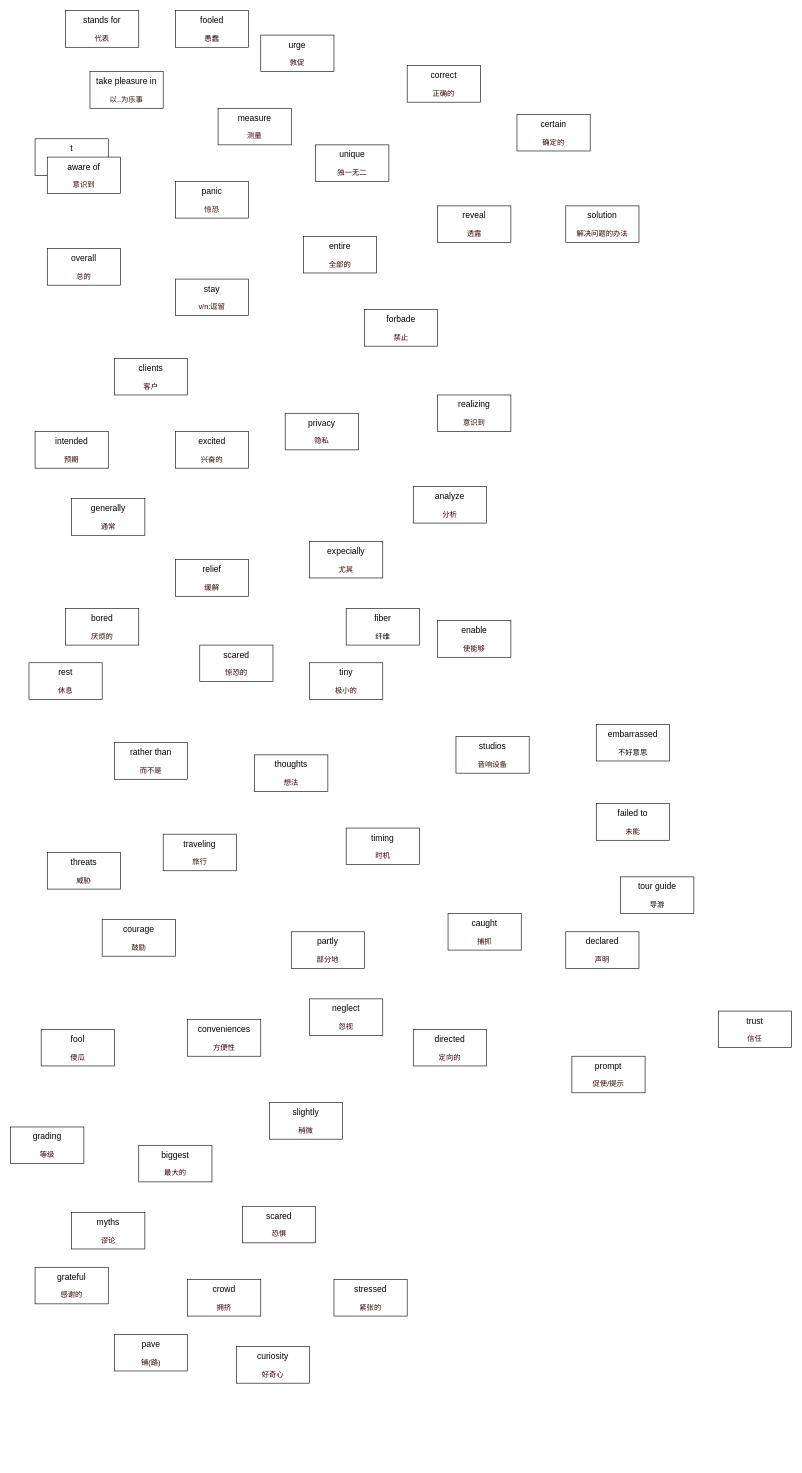
Before: ocean.drawio in banBlue/drawio, a draw.io diagram. Source tidied: cells renumbered, new cells numbered last; positions are measured from the earlier drawing's top-left corner, leaving out a move shared by most shapes. Both pictures are drawn from the tidied source at 61%, with x=0, y=0 at pixel (10, 10).
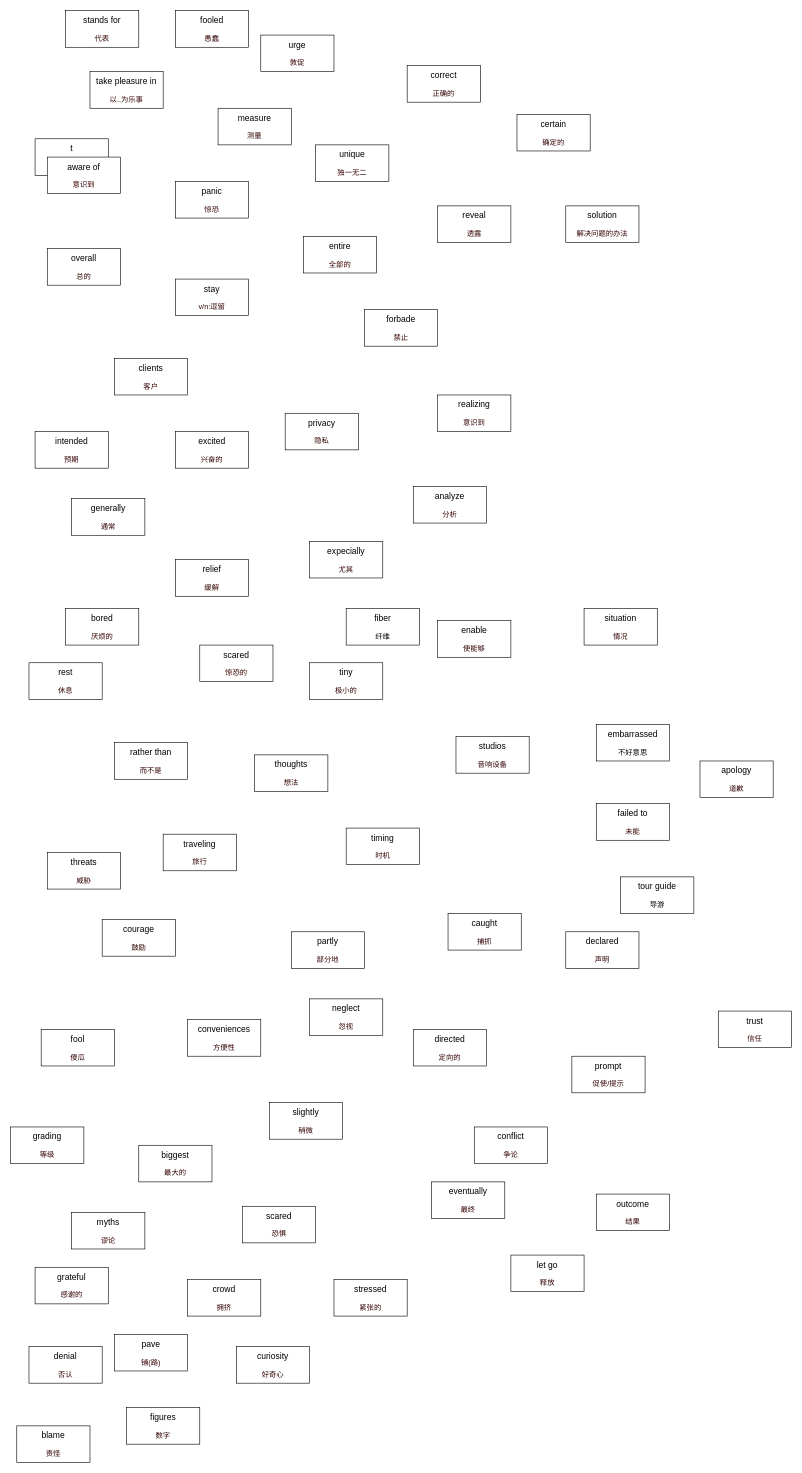
Above is the later version.

Change to the diagram source:
```diff
@@
+    <mxCell id="63" value="&lt;font style=&quot;font-size: 14px&quot;&gt;eventually&lt;br&gt;&lt;/font&gt;&lt;br&gt;&lt;font color=&quot;#330000&quot;&gt;最终&lt;/font&gt;" style="rounded=0;whiteSpace=wrap;html=1;" parent="1" vertex="1">
+      <mxGeometry x="690" y="1920" width="120" height="60" as="geometry" />
+    </mxCell>
+    <mxCell id="64" value="&lt;font style=&quot;font-size: 14px&quot;&gt;denial&lt;br&gt;&lt;/font&gt;&lt;br&gt;&lt;font color=&quot;#330000&quot;&gt;否认&lt;/font&gt;" style="rounded=0;whiteSpace=wrap;html=1;" parent="1" vertex="1">
+      <mxGeometry x="30" y="2190" width="120" height="60" as="geometry" />
+    </mxCell>
+    <mxCell id="65" value="&lt;font style=&quot;font-size: 14px&quot;&gt;figures&lt;br&gt;&lt;/font&gt;&lt;br&gt;&lt;font color=&quot;#330000&quot;&gt;数字&lt;/font&gt;" style="rounded=0;whiteSpace=wrap;html=1;" parent="1" vertex="1">
+      <mxGeometry x="190" y="2290" width="120" height="60" as="geometry" />
+    </mxCell>
+    <mxCell id="66" value="&lt;font style=&quot;font-size: 14px&quot;&gt;blame&lt;br&gt;&lt;/font&gt;&lt;br&gt;&lt;font color=&quot;#330000&quot;&gt;责怪&lt;/font&gt;" style="rounded=0;whiteSpace=wrap;html=1;" parent="1" vertex="1">
+      <mxGeometry x="10" y="2320" width="120" height="60" as="geometry" />
+    </mxCell>
+    <mxCell id="67" value="&lt;span style=&quot;font-size: 14px&quot;&gt;situation&lt;br&gt;&lt;/span&gt;&lt;br&gt;&lt;font color=&quot;#330000&quot;&gt;情况&lt;/font&gt;" style="rounded=0;whiteSpace=wrap;html=1;" parent="1" vertex="1">
+      <mxGeometry x="940" y="980" width="120" height="60" as="geometry" />
+    </mxCell>
+    <mxCell id="68" value="&lt;font style=&quot;font-size: 14px&quot;&gt;apology&lt;br&gt;&lt;/font&gt;&lt;br&gt;&lt;font color=&quot;#330000&quot;&gt;道歉&lt;/font&gt;" style="rounded=0;whiteSpace=wrap;html=1;" parent="1" vertex="1">
+      <mxGeometry x="1130" y="1230" width="120" height="60" as="geometry" />
+    </mxCell>
+    <mxCell id="69" value="&lt;font style=&quot;font-size: 14px&quot;&gt;let go&lt;br&gt;&lt;/font&gt;&lt;br&gt;&lt;font color=&quot;#330000&quot;&gt;释放&lt;/font&gt;" style="rounded=0;whiteSpace=wrap;html=1;" parent="1" vertex="1">
+      <mxGeometry x="820" y="2040" width="120" height="60" as="geometry" />
+    </mxCell>
+    <mxCell id="70" value="&lt;font style=&quot;font-size: 14px&quot;&gt;conflict&lt;br&gt;&lt;/font&gt;&lt;br&gt;&lt;font color=&quot;#330000&quot;&gt;争论&lt;/font&gt;" style="rounded=0;whiteSpace=wrap;html=1;" parent="1" vertex="1">
+      <mxGeometry x="760" y="1830" width="120" height="60" as="geometry" />
+    </mxCell>
+    <mxCell id="71" value="&lt;font style=&quot;font-size: 14px&quot;&gt;outcome&lt;br&gt;&lt;/font&gt;&lt;br&gt;&lt;font color=&quot;#330000&quot;&gt;结果&lt;/font&gt;" style="rounded=0;whiteSpace=wrap;html=1;" parent="1" vertex="1">
+      <mxGeometry x="960" y="1940" width="120" height="60" as="geometry" />
+    </mxCell>
```
